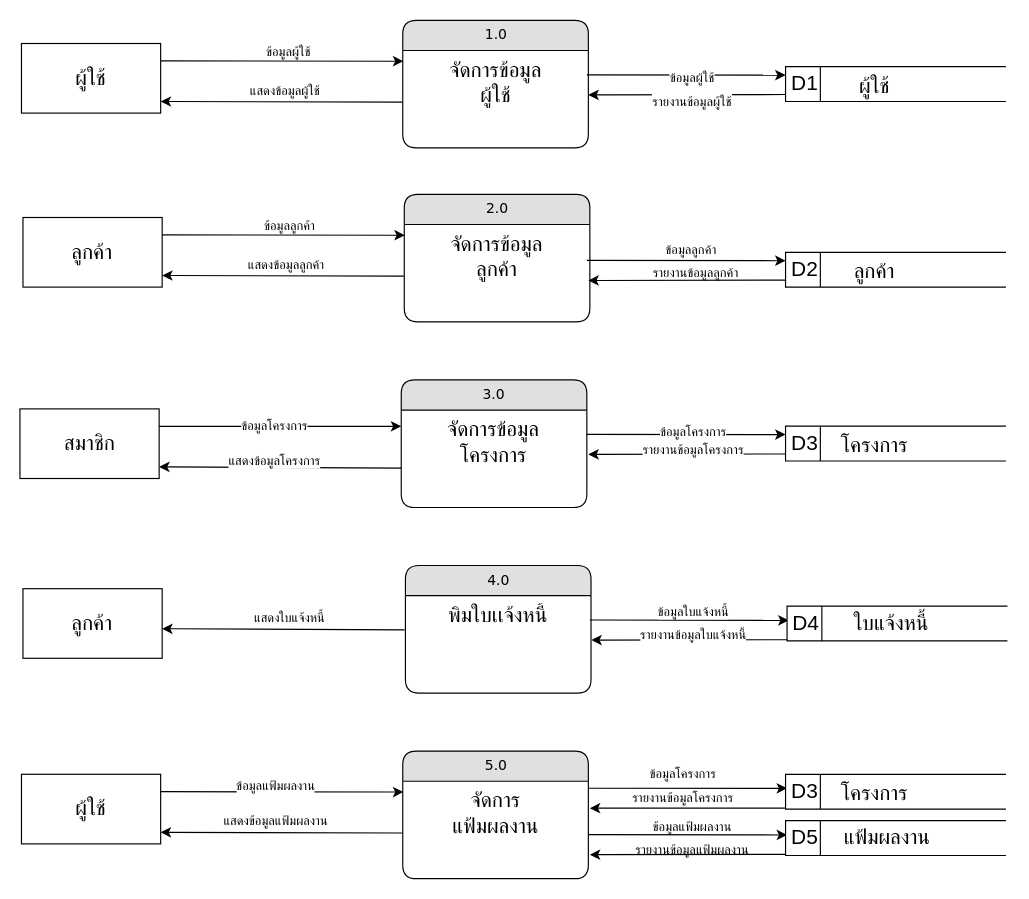
Before: dataflow-pms-process1.drawio in NewSnooker/it-udvc-pms, a draw.io diagram. Source tidied: cells renumbered, new cells numbered last; positions are measured from the earlier drawing's top-left corner, leaving out a move shared by most shapes. Both pictures are drawn from the tidied source at 116%, with x=0, y=0 at pixel (20, 20).
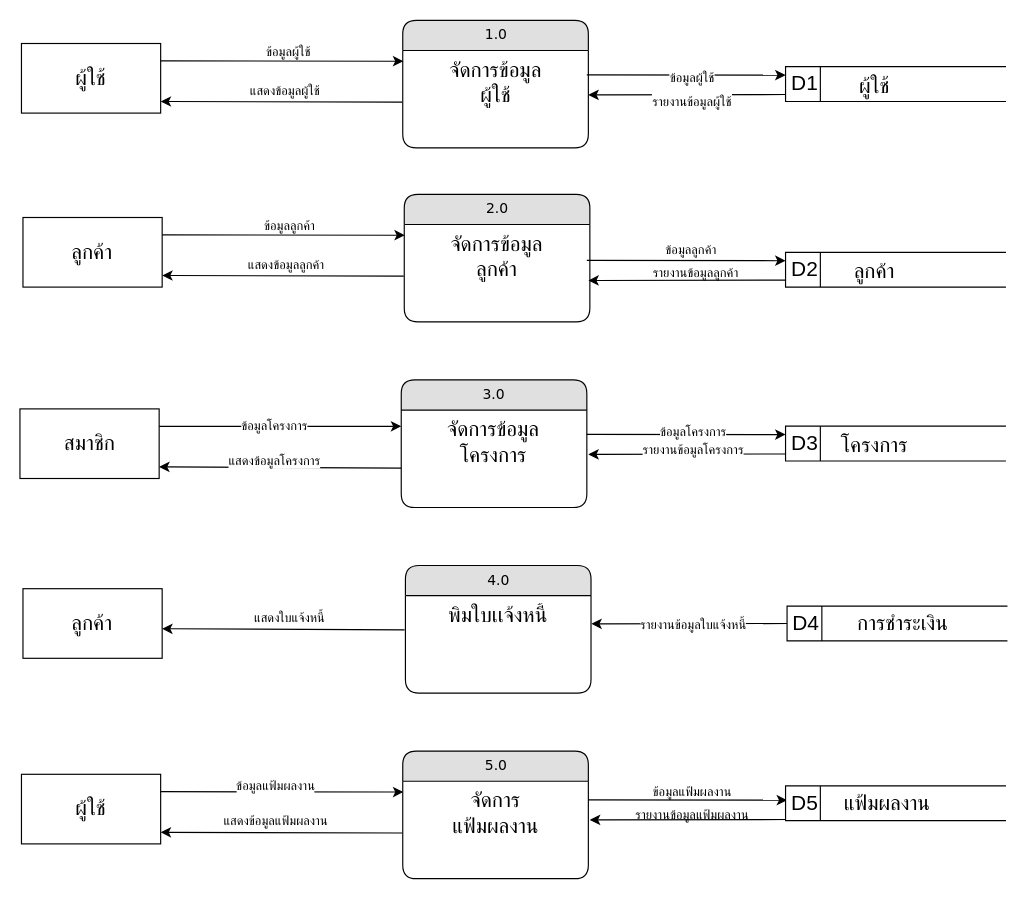
The same diagram, later.

The change refers to these unchanged cells:
```xml
<mxCell id="34" style="endArrow=classic;html=1;rounded=0;exitX=-0.003;exitY=0.826;exitDx=0;exitDy=0;entryX=1;entryY=0.833;entryDx=0;entryDy=0;entryPerimeter=0;exitPerimeter=0;" parent="1" edge="1">
  <mxGeometry relative="1" as="geometry">
    <mxPoint x="331.3" y="525.5" as="sourcePoint" />
    <mxPoint x="122.3" y="524.5" as="targetPoint" />
  </mxGeometry>
</mxCell>
<mxCell id="52" style="group;" parent="1" vertex="1">
  <mxGeometry x="661" y="505" width="190" height="30" as="geometry" />
</mxCell>
```

Change to the diagram source:
```diff
@@
-    <mxCell id="27" style="endArrow=classic;html=1;rounded=0;exitX=0.992;exitY=0.389;exitDx=0;exitDy=0;exitPerimeter=0;entryX=0;entryY=0.242;entryDx=0;entryDy=0;entryPerimeter=0;" parent="1" edge="1">
-      <mxGeometry relative="1" as="geometry">
-        <mxPoint x="491" y="517" as="sourcePoint" />
-        <mxPoint x="662.3" y="517.3" as="targetPoint" />
-      </mxGeometry>
-    </mxCell>
     <mxCell id="28" style="endArrow=classic;html=1;rounded=0;exitX=-0.001;exitY=0.799;exitDx=0;exitDy=0;exitPerimeter=0;entryX=1;entryY=0.709;entryDx=0;entryDy=0;entryPerimeter=0;" parent="1" edge="1">
       <mxGeometry relative="1" as="geometry">
-        <mxPoint x="662.1" y="534" as="sourcePoint" />
-        <mxPoint x="492.3" y="534.3" as="targetPoint" />
+        <mxPoint x="662.1" y="520" as="sourcePoint" />
+        <mxPoint x="492.3" y="520.3" as="targetPoint" />
       </mxGeometry>
     </mxCell>
@@
-    <mxCell id="36" value="ข้อมูลใบแจ้งหนี้" style="edgeLabel;html=1;align=center;verticalAlign=middle;" parent="34" vertex="1">
-      <mxGeometry x="0.07" y="-2" relative="1" as="geometry">
-        <mxPoint x="360" y="-13" as="offset" />
-      </mxGeometry>
-    </mxCell>
     <mxCell id="37" value="รายงานข้อมูลใบแจ้งหนี้" style="edgeLabel;html=1;align=center;verticalAlign=middle;" parent="34" vertex="1">
       <mxGeometry x="0.07" y="-2" relative="1" as="geometry">
-        <mxPoint x="360" y="7" as="offset" />
+        <mxPoint x="360" y="-2" as="offset" />
       </mxGeometry>
     </mxCell>
@@
-    <mxCell id="44" value="ข้อมูลโครงการ" style="edgeLabel;html=1;align=center;verticalAlign=middle;" parent="34" vertex="1">
-      <mxGeometry x="0.07" y="-2" relative="1" as="geometry">
-        <mxPoint x="351" y="127" as="offset" />
-      </mxGeometry>
-    </mxCell>
-    <mxCell id="45" value="รายงานข้อมูลโครงการ" style="edgeLabel;html=1;align=center;verticalAlign=middle;" parent="34" vertex="1">
-      <mxGeometry x="0.07" y="-2" relative="1" as="geometry">
-        <mxPoint x="351" y="147" as="offset" />
-      </mxGeometry>
-    </mxCell>
     <mxCell id="46" value="ข้อมูลแฟ้มผลงาน" style="edgeLabel;html=1;align=center;verticalAlign=middle;" parent="34" vertex="1">
       <mxGeometry x="0.07" y="-2" relative="1" as="geometry">
-        <mxPoint x="359" y="172" as="offset" />
+        <mxPoint x="359" y="142" as="offset" />
       </mxGeometry>
     </mxCell>
     <mxCell id="47" value="รายงานข้อมูลแฟ้มผลงาน" style="edgeLabel;html=1;align=center;verticalAlign=middle;" parent="34" vertex="1">
       <mxGeometry x="0.07" y="-2" relative="1" as="geometry">
-        <mxPoint x="359" y="192" as="offset" />
+        <mxPoint x="359" y="162" as="offset" />
       </mxGeometry>
     </mxCell>
@@
-    <mxCell id="54" value="&lt;font style=&quot;font-size: 18px;&quot;&gt;ใบแจ้งหนี้&lt;/font&gt;" style="text;strokeColor=none;align=center;fillColor=none;html=1;verticalAlign=middle;whiteSpace=wrap;rounded=0;" parent="52" vertex="1">
-      <mxGeometry x="50" width="80" height="30" as="geometry" />
+    <mxCell id="54" value="&lt;span style=&quot;font-size: 18px;&quot;&gt;การชำระเงิน&lt;/span&gt;" style="text;strokeColor=none;align=center;fillColor=none;html=1;verticalAlign=middle;whiteSpace=wrap;rounded=0;" parent="52" vertex="1">
+      <mxGeometry x="50" width="100" height="30" as="geometry" />
     </mxCell>
-    <mxCell id="55" style="endArrow=classic;html=1;rounded=0;exitX=0.992;exitY=0.389;exitDx=0;exitDy=0;exitPerimeter=0;entryX=0;entryY=0.242;entryDx=0;entryDy=0;entryPerimeter=0;" parent="1" edge="1">
-      <mxGeometry relative="1" as="geometry">
-        <mxPoint x="489.7" y="662" as="sourcePoint" />
-        <mxPoint x="661" y="662.1" as="targetPoint" />
-      </mxGeometry>
-    </mxCell>
-    <mxCell id="56" style="endArrow=classic;html=1;rounded=0;exitX=-0.001;exitY=0.799;exitDx=0;exitDy=0;exitPerimeter=0;entryX=1;entryY=0.709;entryDx=0;entryDy=0;entryPerimeter=0;" parent="1" edge="1">
-      <mxGeometry relative="1" as="geometry">
-        <mxPoint x="661" y="679.1" as="sourcePoint" />
-        <mxPoint x="491" y="679.2" as="targetPoint" />
-      </mxGeometry>
-    </mxCell>
-    <mxCell id="57" style="group;" parent="1" vertex="1">
-      <mxGeometry x="659.7" y="650" width="190" height="30" as="geometry" />
-    </mxCell>
-    <mxCell id="58" value="&lt;font style=&quot;font-size: 18px;&quot;&gt;D3&lt;/font&gt;" style="html=1;dashed=0;whiteSpace=wrap;shape=mxgraph.dfd.dataStoreID;align=left;spacingLeft=3;" parent="57" vertex="1">
-      <mxGeometry width="190" height="30" as="geometry" />
-    </mxCell>
-    <mxCell id="59" value="&lt;span style=&quot;font-size: 18px; font-weight: 400; text-wrap-mode: wrap;&quot;&gt;โครงการ&lt;/span&gt;" style="text;strokeColor=none;fillColor=none;html=1;fontSize=24;fontStyle=1;verticalAlign=middle;align=center;" parent="57" vertex="1">
-      <mxGeometry x="28.5" width="95" height="30" as="geometry" />
-    </mxCell>
     <mxCell id="60" style="endArrow=classic;html=1;rounded=0;exitX=0.992;exitY=0.389;exitDx=0;exitDy=0;exitPerimeter=0;entryX=0;entryY=0.242;entryDx=0;entryDy=0;entryPerimeter=0;" parent="1" edge="1">
       <mxGeometry relative="1" as="geometry">
-        <mxPoint x="489.7" y="702" as="sourcePoint" />
-        <mxPoint x="661" y="702.3" as="targetPoint" />
+        <mxPoint x="489.7" y="672" as="sourcePoint" />
+        <mxPoint x="661" y="672.3" as="targetPoint" />
       </mxGeometry>
     </mxCell>
     <mxCell id="61" style="endArrow=classic;html=1;rounded=0;exitX=-0.001;exitY=0.799;exitDx=0;exitDy=0;exitPerimeter=0;entryX=1;entryY=0.709;entryDx=0;entryDy=0;entryPerimeter=0;" parent="1" edge="1">
       <mxGeometry relative="1" as="geometry">
-        <mxPoint x="660.8" y="719" as="sourcePoint" />
-        <mxPoint x="491" y="719.3" as="targetPoint" />
+        <mxPoint x="660.8" y="689" as="sourcePoint" />
+        <mxPoint x="491" y="689.3" as="targetPoint" />
       </mxGeometry>
     </mxCell>
     <mxCell id="62" style="group;" parent="1" vertex="1">
-      <mxGeometry x="659.7" y="690" width="190" height="30" as="geometry" />
+      <mxGeometry x="659.7" y="660" width="190" height="30" as="geometry" />
     </mxCell>
```
